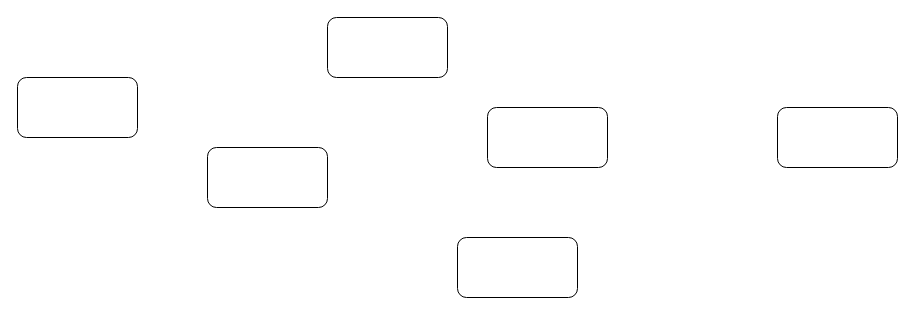
Earlier version of the draw.io diagram ethereum-research/consensus/fork-choice rule/rule itself/block tree = view.drawio (0xyicheng/a-research-diagram). Source tidied: cells renumbered, new cells numbered last; positions are measured from the earlier drawing's top-left corner, leaving out a move shared by most shapes. Both pictures are drawn from the tidied source at 100%, with x=0, y=0 at pixel (17, 17).
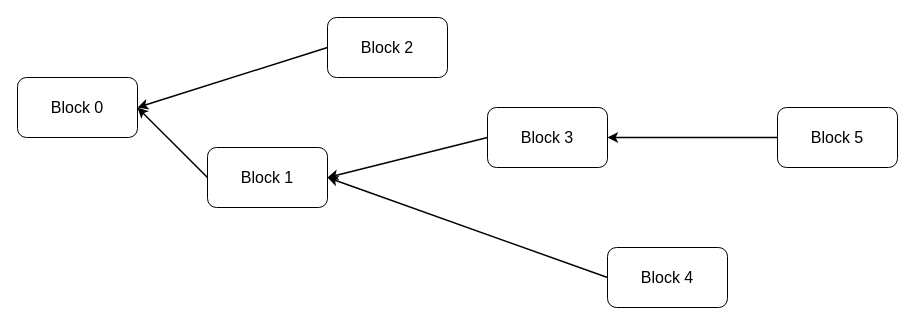
The same diagram, later.

Change to the diagram source:
```diff
@@
 <mxGraphModel>
   <root>
     <mxCell id="0" />
     <mxCell id="1" parent="0" />
-    <mxCell id="2" style="rounded=1;whiteSpace=wrap;html=1;" parent="1" vertex="1">
+    <mxCell id="2" value="&lt;font style=&quot;font-size: 16px;&quot;&gt;Block 0&lt;/font&gt;" style="rounded=1;whiteSpace=wrap;html=1;" parent="1" vertex="1">
       <mxGeometry y="60" width="120" height="60" as="geometry" />
     </mxCell>
-    <mxCell id="3" style="rounded=1;whiteSpace=wrap;html=1;" parent="1" vertex="1">
+    <mxCell id="3" value="&lt;span style=&quot;font-size: 16px;&quot;&gt;Block 1&lt;/span&gt;" style="rounded=1;whiteSpace=wrap;html=1;" parent="1" vertex="1">
       <mxGeometry x="190" y="130" width="120" height="60" as="geometry" />
     </mxCell>
-    <mxCell id="4" style="rounded=1;whiteSpace=wrap;html=1;" parent="1" vertex="1">
+    <mxCell id="4" value="&lt;span style=&quot;font-size: 16px;&quot;&gt;Block 2&lt;/span&gt;" style="rounded=1;whiteSpace=wrap;html=1;" parent="1" vertex="1">
       <mxGeometry x="310" width="120" height="60" as="geometry" />
     </mxCell>
-    <mxCell id="5" style="rounded=1;whiteSpace=wrap;html=1;" parent="1" vertex="1">
-      <mxGeometry x="440" y="220" width="120" height="60" as="geometry" />
+    <mxCell id="5" value="&lt;span style=&quot;font-size: 16px;&quot;&gt;Block 4&lt;/span&gt;" style="rounded=1;whiteSpace=wrap;html=1;" parent="1" vertex="1">
+      <mxGeometry x="590" y="230" width="120" height="60" as="geometry" />
     </mxCell>
-    <mxCell id="6" style="rounded=1;whiteSpace=wrap;html=1;" parent="1" vertex="1">
+    <mxCell id="6" value="&lt;span style=&quot;font-size: 16px;&quot;&gt;Block 3&lt;/span&gt;" style="rounded=1;whiteSpace=wrap;html=1;" parent="1" vertex="1">
       <mxGeometry x="470" y="90" width="120" height="60" as="geometry" />
     </mxCell>
-    <mxCell id="7" style="rounded=1;whiteSpace=wrap;html=1;" parent="1" vertex="1">
+    <mxCell id="7" value="&lt;span style=&quot;font-size: 16px;&quot;&gt;Block 5&lt;/span&gt;" style="rounded=1;whiteSpace=wrap;html=1;" parent="1" vertex="1">
       <mxGeometry x="760" y="90" width="120" height="60" as="geometry" />
     </mxCell>
+    <mxCell id="8" style="endArrow=classic;html=1;rounded=0;fontSize=16;strokeWidth=1.5;exitX=0;exitY=0.5;exitDx=0;exitDy=0;entryX=1;entryY=0.5;entryDx=0;entryDy=0;" parent="1" edge="1" source="4" target="2">
+      <mxGeometry relative="1" as="geometry" />
+    </mxCell>
+    <mxCell id="9" style="endArrow=classic;html=1;rounded=0;fontSize=16;strokeWidth=1.5;exitX=0;exitY=0.5;exitDx=0;exitDy=0;entryX=1;entryY=0.5;entryDx=0;entryDy=0;" parent="1" edge="1" source="3" target="2">
+      <mxGeometry relative="1" as="geometry" />
+    </mxCell>
+    <mxCell id="10" style="endArrow=classic;html=1;rounded=0;fontSize=16;strokeWidth=1.5;exitX=0;exitY=0.5;exitDx=0;exitDy=0;entryX=1;entryY=0.5;entryDx=0;entryDy=0;" parent="1" edge="1" source="6" target="3">
+      <mxGeometry relative="1" as="geometry" />
+    </mxCell>
+    <mxCell id="11" style="endArrow=classic;html=1;rounded=0;fontSize=16;strokeWidth=1.5;exitX=0;exitY=0.5;exitDx=0;exitDy=0;entryX=1;entryY=0.5;entryDx=0;entryDy=0;" parent="1" edge="1" source="5" target="3">
+      <mxGeometry relative="1" as="geometry" />
+    </mxCell>
+    <mxCell id="12" style="endArrow=classic;html=1;rounded=0;fontSize=16;strokeWidth=1.5;exitX=0;exitY=0.5;exitDx=0;exitDy=0;entryX=1;entryY=0.5;entryDx=0;entryDy=0;" parent="1" edge="1" source="7" target="6">
+      <mxGeometry relative="1" as="geometry" />
+    </mxCell>
   </root>
 </mxGraphModel>
```
